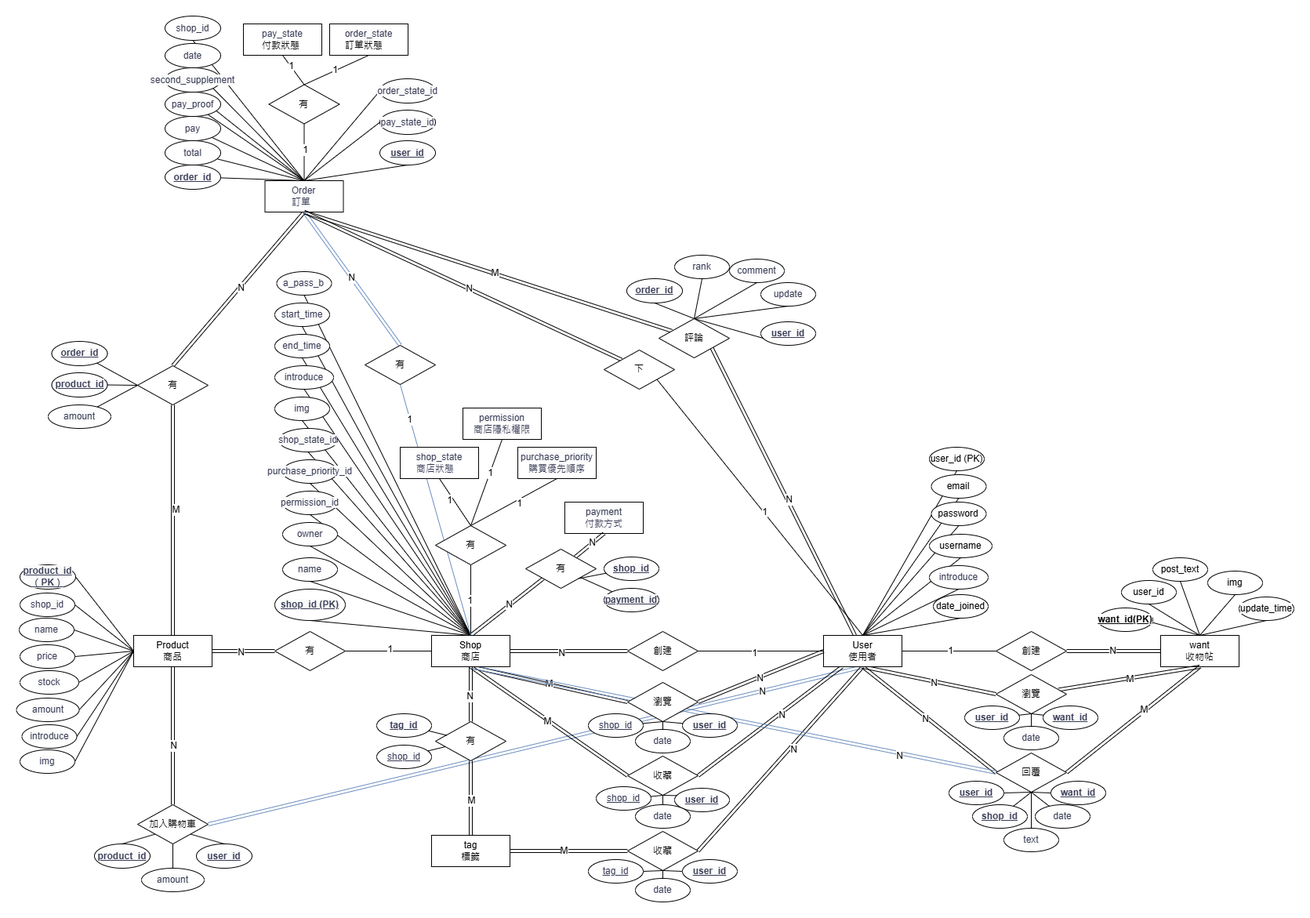
This is 文件/ERD.png from ntubimd-goodbye-114509/goodbye, a draw.io export, as it was before one commit. Source tidied: cells renumbered, new cells last; positions are measured from the earlier drawing's top-left corner, leaving out a move shared by most shapes.
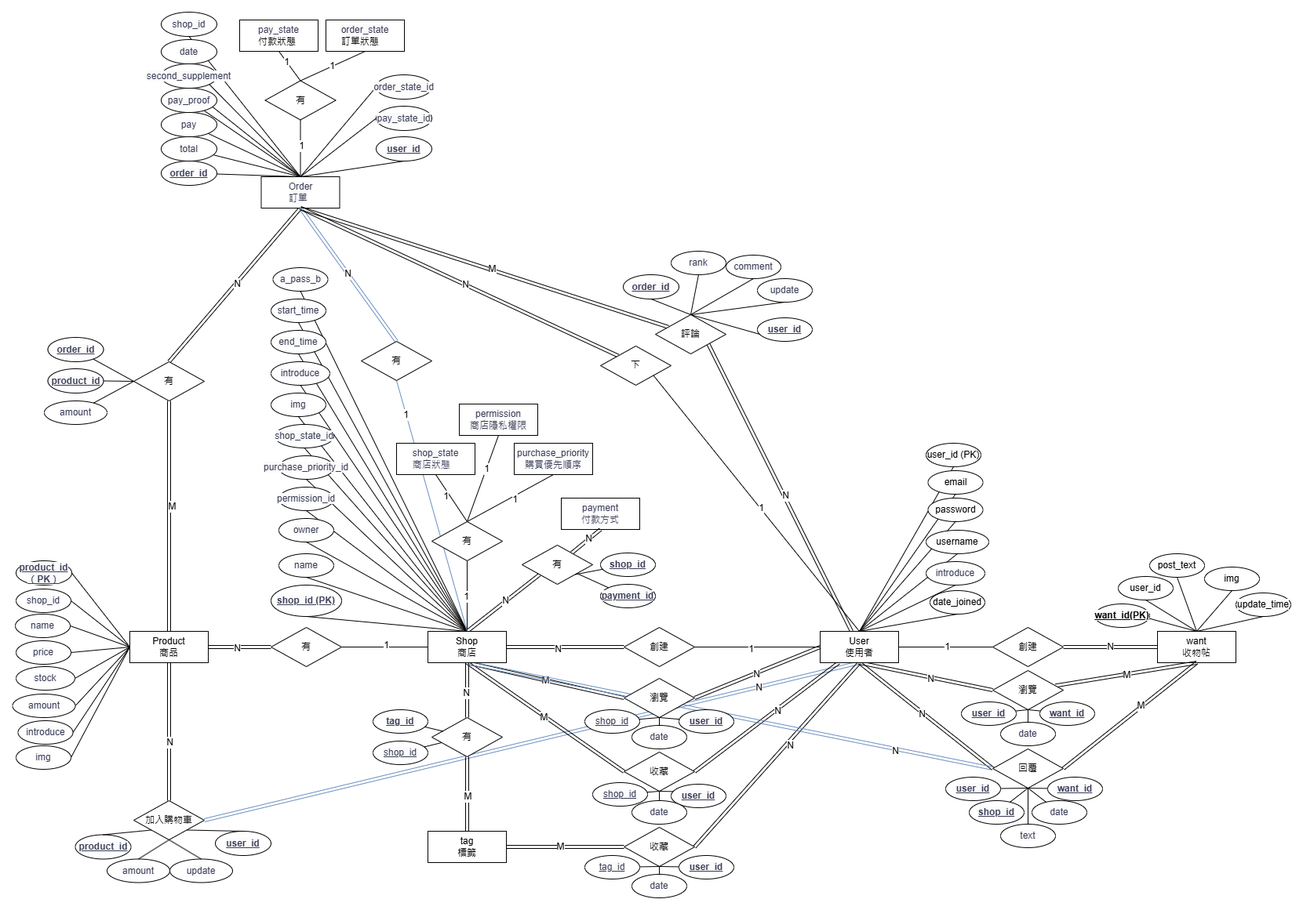
After the commit.

Commit message:
文件更新、商店付款資料新增圖片與帳號輸入

What changed in the source:
```diff
@@ -760,13 +760,13 @@
       </mxGeometry>
     </mxCell>
     <mxCell id="247" value="&lt;span style=&quot;color: rgb(57, 60, 86); font-weight: 700; text-align: left; background-color: rgb(251, 251, 251); text-decoration-line: underline;&quot;&gt;product_id&lt;/span&gt;" style="ellipse;whiteSpace=wrap;html=1;align=center;rounded=0;gradientColor=none;" parent="1" vertex="1">
-      <mxGeometry x="100" y="1056" width="71" height="31" as="geometry" />
+      <mxGeometry x="80.5" y="1049.5" width="71" height="31" as="geometry" />
     </mxCell>
     <mxCell id="248" value="&lt;span style=&quot;color: rgb(57, 60, 86); font-family: Helvetica; font-size: 12px; font-style: normal; font-variant-ligatures: normal; font-variant-caps: normal; font-weight: 400; letter-spacing: normal; orphans: 2; text-align: left; text-indent: 0px; text-transform: none; widows: 2; word-spacing: 0px; -webkit-text-stroke-width: 0px; white-space: normal; background-color: rgb(251, 251, 251); text-decoration-thickness: initial; text-decoration-style: initial; text-decoration-color: initial; float: none; display: inline !important;&quot;&gt;amount&lt;/span&gt;" style="ellipse;whiteSpace=wrap;html=1;align=center;rounded=0;" parent="1" vertex="1">
-      <mxGeometry x="160" y="1087" width="80" height="30" as="geometry" />
+      <mxGeometry x="121" y="1080.5" width="80" height="30" as="geometry" />
     </mxCell>
     <mxCell id="249" value="&lt;span style=&quot;color: rgb(57, 60, 86); font-weight: 700; text-align: left; background-color: rgb(251, 251, 251); text-decoration-line: underline;&quot;&gt;user_id&lt;/span&gt;" style="ellipse;whiteSpace=wrap;html=1;align=center;rounded=0;gradientColor=none;" parent="1" vertex="1">
-      <mxGeometry x="230" y="1056" width="71" height="31" as="geometry" />
+      <mxGeometry x="259" y="1045" width="71" height="31" as="geometry" />
     </mxCell>
     <mxCell id="250" style="endArrow=none;html=1;rounded=0;entryX=0.5;entryY=0;entryDx=0;entryDy=0;exitX=0.5;exitY=1;exitDx=0;exitDy=0;" parent="1" edge="1" source="244" target="248">
       <mxGeometry relative="1" as="geometry" />
@@ -777,5 +777,11 @@
     <mxCell id="252" style="endArrow=none;html=1;rounded=0;entryX=0.5;entryY=0;entryDx=0;entryDy=0;exitX=1;exitY=1;exitDx=0;exitDy=0;" parent="1" edge="1" source="244" target="249">
       <mxGeometry relative="1" as="geometry" />
     </mxCell>
+    <mxCell id="253" value="&lt;span style=&quot;color: rgb(57, 60, 86); font-family: Helvetica; font-size: 12px; font-style: normal; font-variant-ligatures: normal; font-variant-caps: normal; font-weight: 400; letter-spacing: normal; orphans: 2; text-align: left; text-indent: 0px; text-transform: none; widows: 2; word-spacing: 0px; -webkit-text-stroke-width: 0px; white-space: normal; background-color: rgb(251, 251, 251); text-decoration-thickness: initial; text-decoration-style: initial; text-decoration-color: initial; float: none; display: inline !important;&quot;&gt;update&lt;/span&gt;" style="ellipse;whiteSpace=wrap;html=1;align=center;rounded=0;" parent="1" vertex="1">
+      <mxGeometry x="201" y="1080.5" width="80" height="30" as="geometry" />
+    </mxCell>
+    <mxCell id="254" style="endArrow=none;html=1;rounded=0;entryX=0.5;entryY=0;entryDx=0;entryDy=0;exitX=0.5;exitY=1;exitDx=0;exitDy=0;" parent="1" edge="1" source="244" target="253">
+      <mxGeometry relative="1" as="geometry" />
+    </mxCell>
   </root>
 </mxGraphModel>
```
